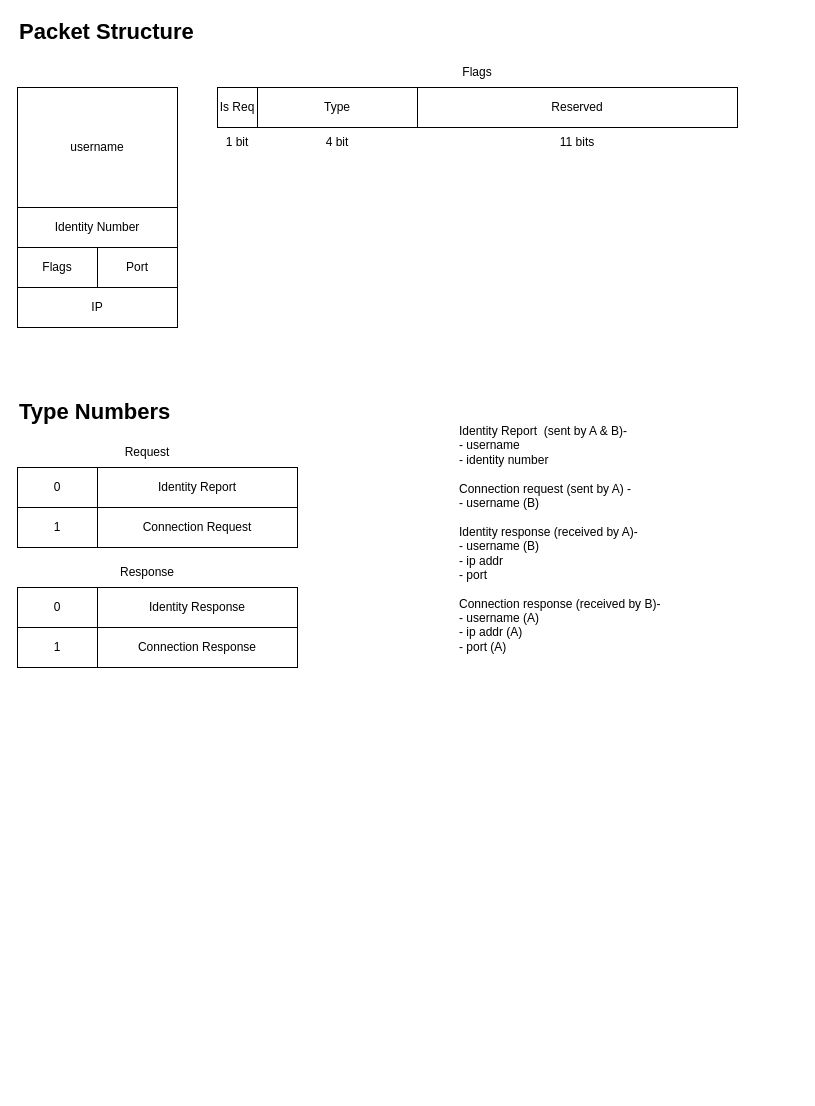
Above: Tracker-Link.drawio in Prototype-Aether/Prototype-Aether (draw.io), before the change. Source tidied: cells renumbered, new cells numbered last; positions are measured from the earlier drawing's top-left corner, leaving out a move shared by most shapes. Both pictures are drawn from the tidied source at 100%, with x=0, y=0 at pixel (17, 17).
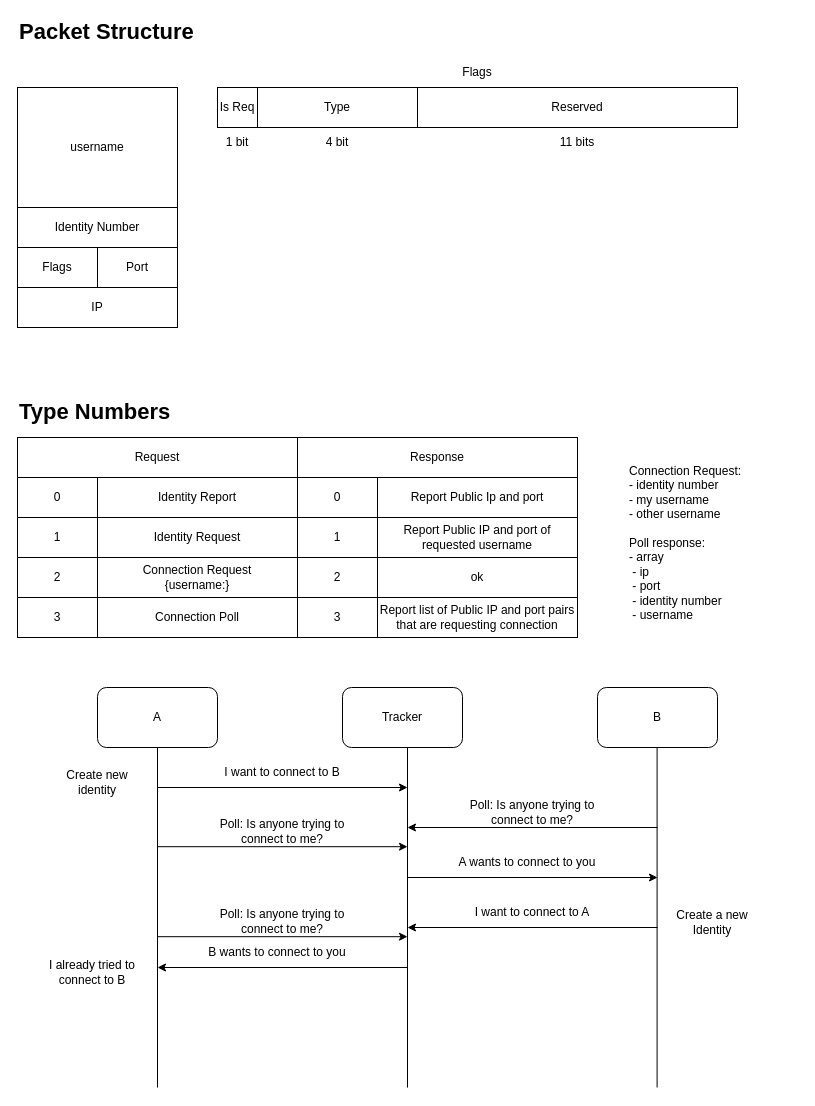
The same diagram, later.

Diff of the diagram source:
```diff
@@
-    <mxCell id="2" value="Identity Report&amp;nbsp; (sent by A &amp;amp; B)-&lt;br&gt;- username&lt;br&gt;- identity number&lt;br&gt;&lt;br&gt;Connection request (sent by A) -&lt;br&gt;- username (B)&lt;br&gt;&lt;br&gt;Identity response (received by A)-&lt;br&gt;- username (B)&lt;br&gt;- ip addr&lt;br&gt;- port&lt;br&gt;&lt;br&gt;Connection response (received by B)-&lt;br&gt;- username (A)&lt;br&gt;- ip addr (A)&lt;br&gt;- port (A)" style="text;html=1;strokeColor=none;fillColor=none;align=left;verticalAlign=top;whiteSpace=wrap;rounded=0;" parent="1" vertex="1">
-      <mxGeometry x="440" y="400" width="340" height="280" as="geometry" />
-    </mxCell>
@@
     <mxCell id="15" value="0" style="rounded=0;whiteSpace=wrap;html=1;align=center;verticalAlign=middle;" parent="1" vertex="1">
-      <mxGeometry y="450" width="80" height="40" as="geometry" />
+      <mxGeometry y="460" width="80" height="40" as="geometry" />
     </mxCell>
     <mxCell id="16" value="Identity Report" style="rounded=0;whiteSpace=wrap;html=1;align=center;verticalAlign=middle;" parent="1" vertex="1">
-      <mxGeometry x="80" y="450" width="200" height="40" as="geometry" />
+      <mxGeometry x="80" y="460" width="200" height="40" as="geometry" />
     </mxCell>
     <mxCell id="17" value="1" style="rounded=0;whiteSpace=wrap;html=1;align=center;verticalAlign=middle;" parent="1" vertex="1">
-      <mxGeometry y="490" width="80" height="40" as="geometry" />
+      <mxGeometry y="500" width="80" height="40" as="geometry" />
     </mxCell>
-    <mxCell id="18" value="Connection Request" style="rounded=0;whiteSpace=wrap;html=1;align=center;verticalAlign=middle;" parent="1" vertex="1">
-      <mxGeometry x="80" y="490" width="200" height="40" as="geometry" />
+    <mxCell id="18" value="Identity Request" style="rounded=0;whiteSpace=wrap;html=1;align=center;verticalAlign=middle;" parent="1" vertex="1">
+      <mxGeometry x="80" y="500" width="200" height="40" as="geometry" />
     </mxCell>
     <mxCell id="19" value="0" style="rounded=0;whiteSpace=wrap;html=1;align=center;verticalAlign=middle;" parent="1" vertex="1">
-      <mxGeometry y="570" width="80" height="40" as="geometry" />
+      <mxGeometry x="280" y="460" width="80" height="40" as="geometry" />
     </mxCell>
-    <mxCell id="20" value="Identity Response" style="rounded=0;whiteSpace=wrap;html=1;align=center;verticalAlign=middle;" parent="1" vertex="1">
-      <mxGeometry x="80" y="570" width="200" height="40" as="geometry" />
+    <mxCell id="20" value="Report Public Ip and port" style="rounded=0;whiteSpace=wrap;html=1;align=center;verticalAlign=middle;" parent="1" vertex="1">
+      <mxGeometry x="360" y="460" width="200" height="40" as="geometry" />
     </mxCell>
-    <mxCell id="21" value="Request" style="text;html=1;strokeColor=none;fillColor=none;align=center;verticalAlign=middle;whiteSpace=wrap;rounded=0;" parent="1" vertex="1">
-      <mxGeometry x="100" y="420" width="60" height="30" as="geometry" />
-    </mxCell>
-    <mxCell id="22" value="Response" style="text;html=1;strokeColor=none;fillColor=none;align=center;verticalAlign=middle;whiteSpace=wrap;rounded=0;" parent="1" vertex="1">
-      <mxGeometry x="100" y="540" width="60" height="30" as="geometry" />
-    </mxCell>
     <mxCell id="23" value="1" style="rounded=0;whiteSpace=wrap;html=1;align=center;verticalAlign=middle;" parent="1" vertex="1">
-      <mxGeometry y="610" width="80" height="40" as="geometry" />
+      <mxGeometry x="280" y="500" width="80" height="40" as="geometry" />
     </mxCell>
-    <mxCell id="24" value="Connection Response" style="rounded=0;whiteSpace=wrap;html=1;align=center;verticalAlign=middle;" parent="1" vertex="1">
-      <mxGeometry x="80" y="610" width="200" height="40" as="geometry" />
+    <mxCell id="24" value="Report Public IP and port of requested username" style="rounded=0;whiteSpace=wrap;html=1;align=center;verticalAlign=middle;" parent="1" vertex="1">
+      <mxGeometry x="360" y="500" width="200" height="40" as="geometry" />
     </mxCell>
@@
+    <mxCell id="21" value="Request" style="rounded=0;whiteSpace=wrap;html=1;align=center;verticalAlign=middle;" parent="1" vertex="1">
+      <mxGeometry y="420" width="280" height="40" as="geometry" />
+    </mxCell>
+    <mxCell id="22" value="Response" style="rounded=0;whiteSpace=wrap;html=1;align=center;verticalAlign=middle;" parent="1" vertex="1">
+      <mxGeometry x="280" y="420" width="280" height="40" as="geometry" />
+    </mxCell>
+    <mxCell id="27" value="2" style="rounded=0;whiteSpace=wrap;html=1;align=center;verticalAlign=middle;" parent="1" vertex="1">
+      <mxGeometry y="540" width="80" height="40" as="geometry" />
+    </mxCell>
+    <mxCell id="28" value="Connection Request&lt;br&gt;{username:}" style="rounded=0;whiteSpace=wrap;html=1;align=center;verticalAlign=middle;" parent="1" vertex="1">
+      <mxGeometry x="80" y="540" width="200" height="40" as="geometry" />
+    </mxCell>
+    <mxCell id="29" value="2" style="rounded=0;whiteSpace=wrap;html=1;align=center;verticalAlign=middle;" parent="1" vertex="1">
+      <mxGeometry x="280" y="540" width="80" height="40" as="geometry" />
+    </mxCell>
+    <mxCell id="30" value="ok" style="rounded=0;whiteSpace=wrap;html=1;align=center;verticalAlign=middle;" parent="1" vertex="1">
+      <mxGeometry x="360" y="540" width="200" height="40" as="geometry" />
+    </mxCell>
+    <mxCell id="31" value="3" style="rounded=0;whiteSpace=wrap;html=1;align=center;verticalAlign=middle;" parent="1" vertex="1">
+      <mxGeometry y="580" width="80" height="40" as="geometry" />
+    </mxCell>
+    <mxCell id="32" value="Connection Poll" style="rounded=0;whiteSpace=wrap;html=1;align=center;verticalAlign=middle;" parent="1" vertex="1">
+      <mxGeometry x="80" y="580" width="200" height="40" as="geometry" />
+    </mxCell>
+    <mxCell id="33" value="3" style="rounded=0;whiteSpace=wrap;html=1;align=center;verticalAlign=middle;" parent="1" vertex="1">
+      <mxGeometry x="280" y="580" width="80" height="40" as="geometry" />
+    </mxCell>
+    <mxCell id="34" value="Report list of Public IP and port pairs that are requesting connection" style="rounded=0;whiteSpace=wrap;html=1;align=center;verticalAlign=middle;" parent="1" vertex="1">
+      <mxGeometry x="360" y="580" width="200" height="40" as="geometry" />
+    </mxCell>
+    <mxCell id="35" value="A" style="rounded=1;whiteSpace=wrap;html=1;" parent="1" vertex="1">
+      <mxGeometry x="80" y="670" width="120" height="60" as="geometry" />
+    </mxCell>
+    <mxCell id="36" value="B" style="rounded=1;whiteSpace=wrap;html=1;" parent="1" vertex="1">
+      <mxGeometry x="580" y="670" width="120" height="60" as="geometry" />
+    </mxCell>
+    <mxCell id="37" value="Tracker" style="rounded=1;whiteSpace=wrap;html=1;" parent="1" vertex="1">
+      <mxGeometry x="325" y="670" width="120" height="60" as="geometry" />
+    </mxCell>
+    <mxCell id="38" style="endArrow=none;html=1;rounded=0;entryX=0.5;entryY=1;entryDx=0;entryDy=0;" parent="1" edge="1" target="35">
+      <mxGeometry relative="1" as="geometry">
+        <mxPoint x="140" y="1070" as="sourcePoint" />
+      </mxGeometry>
+    </mxCell>
+    <mxCell id="39" style="endArrow=none;html=1;rounded=0;entryX=0.5;entryY=1;entryDx=0;entryDy=0;" parent="1" edge="1">
+      <mxGeometry relative="1" as="geometry">
+        <mxPoint x="390" y="1070" as="sourcePoint" />
+        <mxPoint x="390" y="730" as="targetPoint" />
+      </mxGeometry>
+    </mxCell>
+    <mxCell id="40" style="endArrow=none;html=1;rounded=0;entryX=0.5;entryY=1;entryDx=0;entryDy=0;" parent="1" edge="1">
+      <mxGeometry relative="1" as="geometry">
+        <mxPoint x="639.6" y="1070" as="sourcePoint" />
+        <mxPoint x="639.6" y="730" as="targetPoint" />
+      </mxGeometry>
+    </mxCell>
+    <mxCell id="41" style="endArrow=classic;html=1;rounded=0;" parent="1" edge="1">
+      <mxGeometry relative="1" as="geometry">
+        <mxPoint x="140" y="770" as="sourcePoint" />
+        <mxPoint x="390" y="770" as="targetPoint" />
+      </mxGeometry>
+    </mxCell>
+    <mxCell id="42" value="I want to connect to B" style="text;html=1;strokeColor=none;fillColor=none;align=center;verticalAlign=middle;whiteSpace=wrap;rounded=0;" parent="1" vertex="1">
+      <mxGeometry x="180" y="740" width="170" height="30" as="geometry" />
+    </mxCell>
+    <mxCell id="43" style="endArrow=classic;html=1;rounded=0;" parent="1" edge="1">
+      <mxGeometry relative="1" as="geometry">
+        <mxPoint x="640" y="810" as="sourcePoint" />
+        <mxPoint x="390" y="810" as="targetPoint" />
+      </mxGeometry>
+    </mxCell>
+    <mxCell id="44" value="Poll: Is anyone trying to connect to me?" style="text;html=1;strokeColor=none;fillColor=none;align=center;verticalAlign=middle;whiteSpace=wrap;rounded=0;" parent="1" vertex="1">
+      <mxGeometry x="430" y="780" width="170" height="30" as="geometry" />
+    </mxCell>
+    <mxCell id="45" style="endArrow=classic;html=1;rounded=0;" parent="1" edge="1">
+      <mxGeometry relative="1" as="geometry">
+        <mxPoint x="390" y="860" as="sourcePoint" />
+        <mxPoint x="640" y="860" as="targetPoint" />
+      </mxGeometry>
+    </mxCell>
+    <mxCell id="46" value="A wants to connect to you" style="text;html=1;strokeColor=none;fillColor=none;align=center;verticalAlign=middle;whiteSpace=wrap;rounded=0;" parent="1" vertex="1">
+      <mxGeometry x="425" y="830" width="170" height="30" as="geometry" />
+    </mxCell>
+    <mxCell id="47" style="endArrow=classic;html=1;rounded=0;" parent="1" edge="1">
+      <mxGeometry relative="1" as="geometry">
+        <mxPoint x="640" y="910" as="sourcePoint" />
+        <mxPoint x="390" y="910" as="targetPoint" />
+      </mxGeometry>
+    </mxCell>
+    <mxCell id="48" value="I want to connect to A" style="text;html=1;strokeColor=none;fillColor=none;align=center;verticalAlign=middle;whiteSpace=wrap;rounded=0;" parent="1" vertex="1">
+      <mxGeometry x="430" y="880" width="170" height="30" as="geometry" />
+    </mxCell>
+    <mxCell id="49" value="Create new identity" style="text;html=1;strokeColor=none;fillColor=none;align=center;verticalAlign=middle;whiteSpace=wrap;rounded=0;" parent="1" vertex="1">
+      <mxGeometry x="30" y="750" width="100" height="30" as="geometry" />
+    </mxCell>
+    <mxCell id="50" value="Create a new Identity" style="text;html=1;strokeColor=none;fillColor=none;align=center;verticalAlign=middle;whiteSpace=wrap;rounded=0;" parent="1" vertex="1">
+      <mxGeometry x="640" y="890" width="110" height="30" as="geometry" />
+    </mxCell>
+    <mxCell id="51" style="endArrow=classic;html=1;rounded=0;" parent="1" edge="1">
+      <mxGeometry relative="1" as="geometry">
+        <mxPoint x="390" y="950" as="sourcePoint" />
+        <mxPoint x="140" y="950" as="targetPoint" />
+      </mxGeometry>
+    </mxCell>
+    <mxCell id="52" value="B wants to connect to you" style="text;html=1;strokeColor=none;fillColor=none;align=center;verticalAlign=middle;whiteSpace=wrap;rounded=0;" parent="1" vertex="1">
+      <mxGeometry x="175" y="920" width="170" height="30" as="geometry" />
+    </mxCell>
+    <mxCell id="53" style="endArrow=classic;html=1;rounded=0;" parent="1" edge="1">
+      <mxGeometry relative="1" as="geometry">
+        <mxPoint x="140" y="919.2" as="sourcePoint" />
+        <mxPoint x="390" y="919.2" as="targetPoint" />
+      </mxGeometry>
+    </mxCell>
+    <mxCell id="54" value="Poll: Is anyone trying to connect to me?" style="text;html=1;strokeColor=none;fillColor=none;align=center;verticalAlign=middle;whiteSpace=wrap;rounded=0;" parent="1" vertex="1">
+      <mxGeometry x="180" y="889.2" width="170" height="30" as="geometry" />
+    </mxCell>
+    <mxCell id="55" style="endArrow=classic;html=1;rounded=0;" parent="1" edge="1">
+      <mxGeometry relative="1" as="geometry">
+        <mxPoint x="140" y="829.2" as="sourcePoint" />
+        <mxPoint x="390" y="829.2" as="targetPoint" />
+      </mxGeometry>
+    </mxCell>
+    <mxCell id="56" value="Poll: Is anyone trying to connect to me?" style="text;html=1;strokeColor=none;fillColor=none;align=center;verticalAlign=middle;whiteSpace=wrap;rounded=0;" parent="1" vertex="1">
+      <mxGeometry x="180" y="799.2" width="170" height="30" as="geometry" />
+    </mxCell>
+    <mxCell id="57" value="I already tried to connect to B" style="text;html=1;strokeColor=none;fillColor=none;align=center;verticalAlign=middle;whiteSpace=wrap;rounded=0;" parent="1" vertex="1">
+      <mxGeometry x="20" y="940" width="110" height="30" as="geometry" />
+    </mxCell>
+    <mxCell id="58" value="Connection Request:&lt;br&gt;- identity number&lt;br&gt;- my username&lt;br&gt;- other username&lt;br&gt;&lt;br&gt;Poll response:&lt;br&gt;- array&lt;br&gt;&lt;span style=&quot;white-space: pre&quot;&gt; &lt;/span&gt;- ip&lt;br&gt;&lt;span style=&quot;white-space: pre&quot;&gt; &lt;/span&gt;- port&lt;br&gt;&lt;span style=&quot;white-space: pre&quot;&gt; &lt;/span&gt;- identity number&lt;br&gt;&lt;span style=&quot;white-space: pre&quot;&gt; &lt;/span&gt;- username" style="text;html=1;strokeColor=none;fillColor=none;align=left;verticalAlign=top;whiteSpace=wrap;rounded=0;" parent="1" vertex="1">
+      <mxGeometry x="610" y="440" width="140" height="150" as="geometry" />
+    </mxCell>
```
